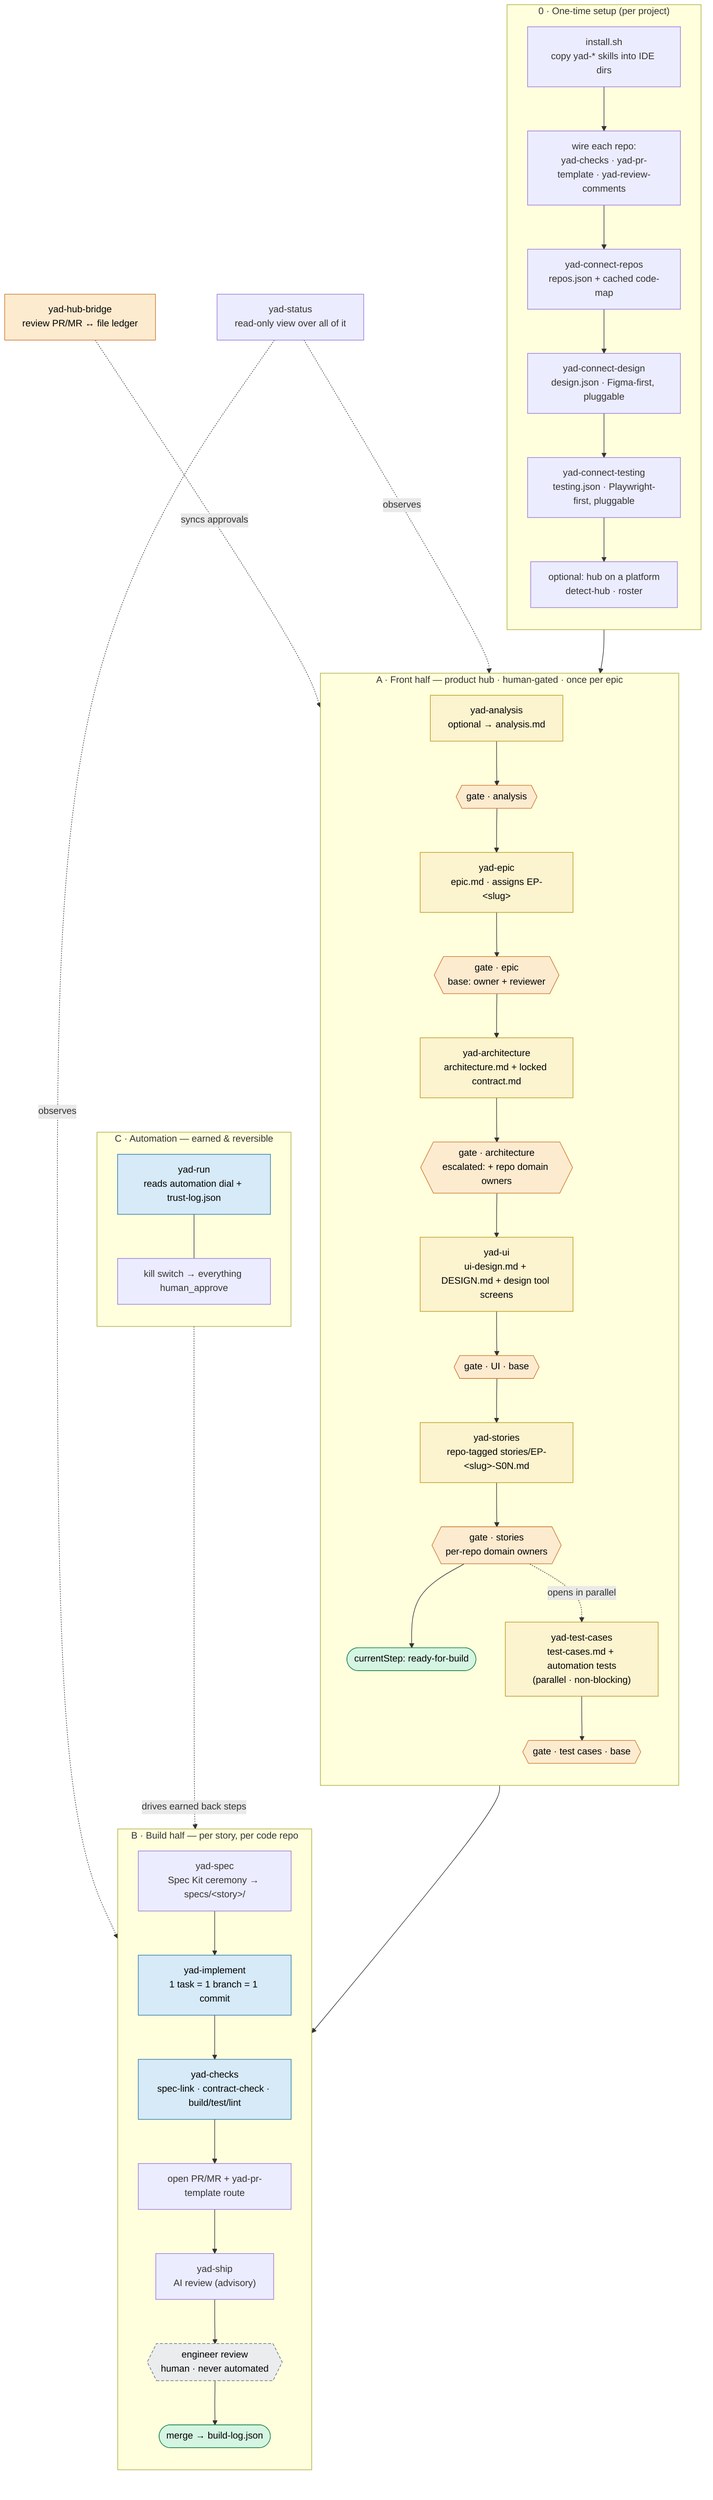
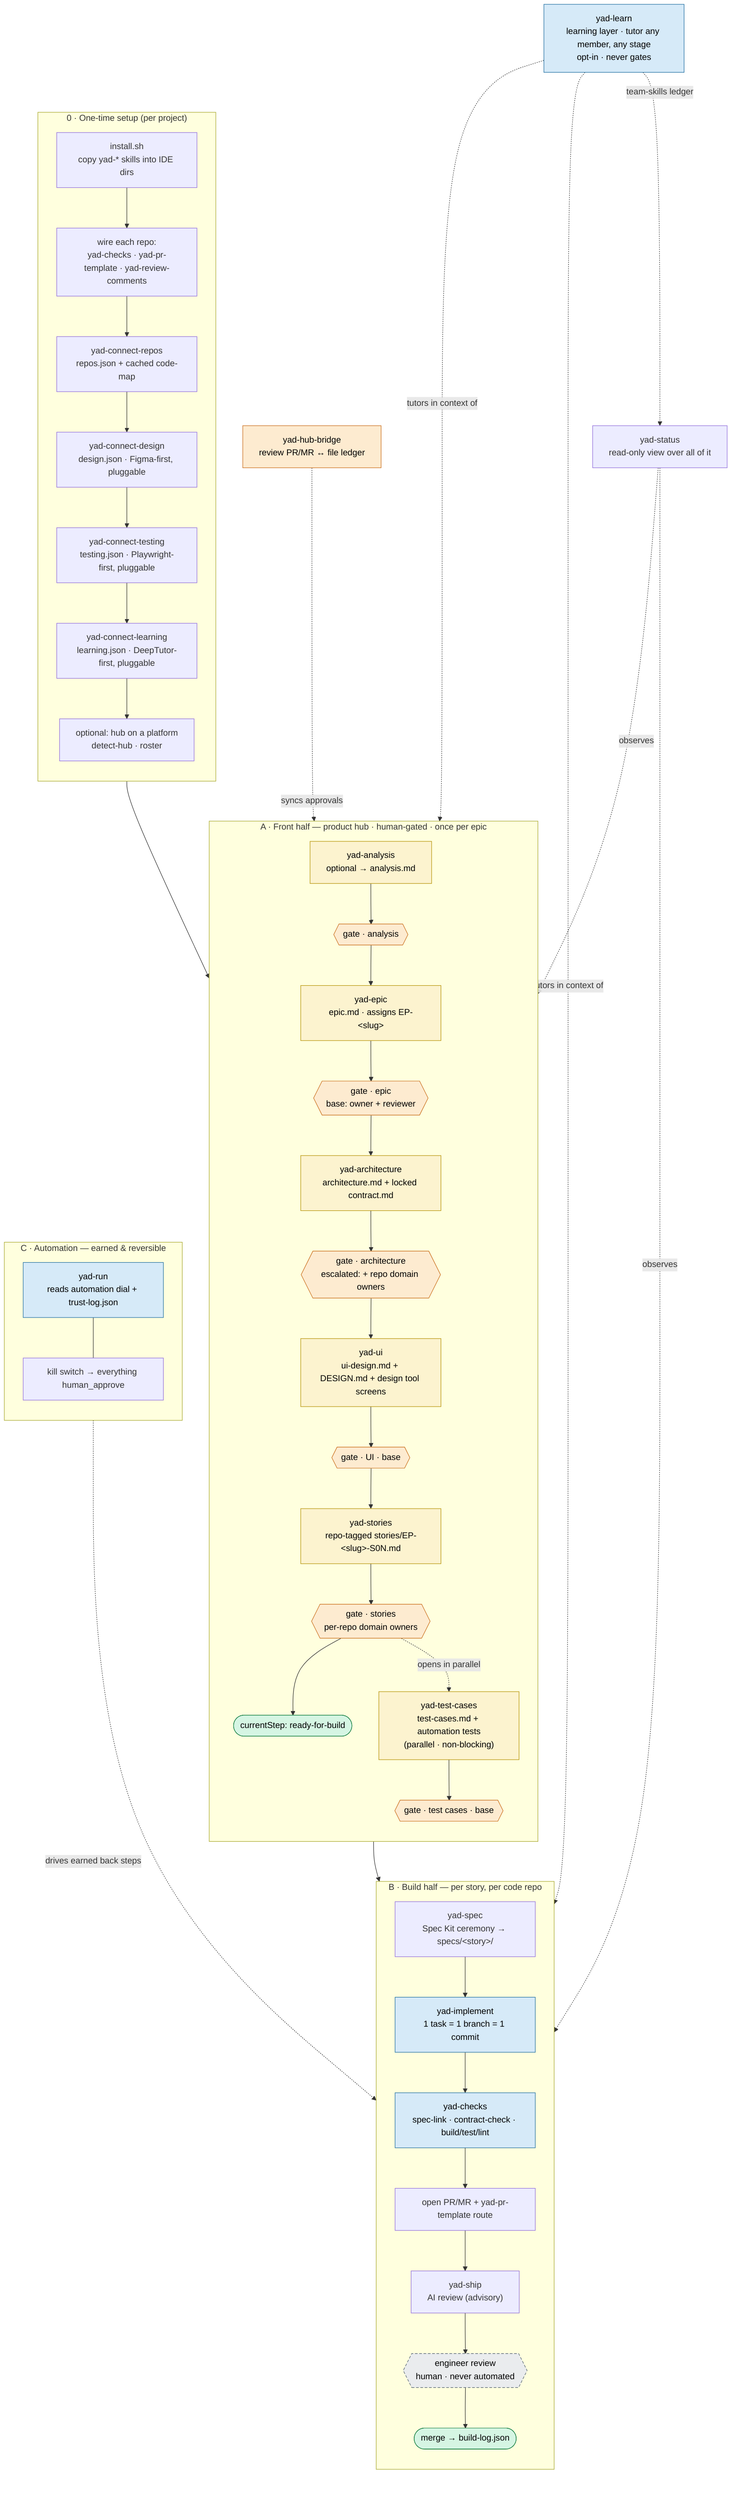
flowchart TD
    classDef gated fill:#fdebd0,stroke:#ca6f1e,color:#000
    classDef earns fill:#d6eaf8,stroke:#2471a3,color:#000
    classDef locked fill:#eaecee,stroke:#566573,color:#000,stroke-dasharray:5 3
    classDef artifact fill:#fcf3cf,stroke:#b7950b,color:#000
    classDef sentinel fill:#d5f5e3,stroke:#1e8449,color:#000

    subgraph SETUP["0 · One-time setup (per project)"]
      direction TB
      inst["install.sh<br/>copy yad-* skills into IDE dirs"]
      wire["wire each repo:<br/>yad-checks · yad-pr-template · yad-review-comments"]
      conn["yad-connect-repos<br/>repos.json + cached code-map"]
      cdes["yad-connect-design<br/>design.json · Figma-first, pluggable"]
      ctest["yad-connect-testing<br/>testing.json · Playwright-first, pluggable"]
+       clearn["yad-connect-learning<br/>learning.json · DeepTutor-first, pluggable"]
      phub["optional: hub on a platform<br/>detect-hub · roster"]
-       inst --> wire --> conn --> cdes --> ctest --> phub
+       inst --> wire --> conn --> cdes --> ctest --> clearn --> phub
    end

    subgraph FRONT["A · Front half — product hub · human-gated · once per epic"]
      direction TB
      an["yad-analysis<br/>optional → analysis.md"]:::artifact
      ep["yad-epic<br/>epic.md · assigns EP-&lt;slug&gt;"]:::artifact
      ar["yad-architecture<br/>architecture.md + locked contract.md"]:::artifact
      ui["yad-ui<br/>ui-design.md + DESIGN.md + design tool screens"]:::artifact
      st["yad-stories<br/>repo-tagged stories/EP-&lt;slug&gt;-S0N.md"]:::artifact
      tc["yad-test-cases<br/>test-cases.md + automation tests<br/>(parallel · non-blocking)"]:::artifact
      gAn{{"gate · analysis"}}:::gated
      gEp{{"gate · epic<br/>base: owner + reviewer"}}:::gated
      gAr{{"gate · architecture<br/>escalated: + repo domain owners"}}:::gated
      gUi{{"gate · UI · base"}}:::gated
      gSt{{"gate · stories<br/>per-repo domain owners"}}:::gated
      gTc{{"gate · test cases · base"}}:::gated
      rfb(["currentStep: ready-for-build"]):::sentinel
      an --> gAn --> ep --> gEp --> ar --> gAr --> ui --> gUi --> st --> gSt --> rfb
      gSt -. opens in parallel .-> tc --> gTc
    end

    subgraph BUILD["B · Build half — per story, per code repo"]
      direction TB
      sp["yad-spec<br/>Spec Kit ceremony → specs/&lt;story&gt;/"]
      im["yad-implement<br/>1 task = 1 branch = 1 commit"]:::earns
      ck["yad-checks<br/>spec-link · contract-check · build/test/lint"]:::earns
      prm["open PR/MR + yad-pr-template route"]
      shp["yad-ship<br/>AI review (advisory)"]
      eng{{"engineer review<br/>human · never automated"}}:::locked
      merged(["merge → build-log.json"]):::sentinel
      sp --> im --> ck --> prm --> shp --> eng --> merged
    end

    subgraph AUTO["C · Automation — earned & reversible"]
      direction TB
      run["yad-run<br/>reads automation dial + trust-log.json"]:::earns
      kill["kill switch → everything human_approve"]
      run --- kill
    end

    phub --> an
    rfb --> sp
    run -. drives earned back steps .-> im
    bridge["yad-hub-bridge<br/>review PR/MR ↔ file ledger"]:::gated
    bridge -. syncs approvals .-> gEp
    status["yad-status<br/>read-only view over all of it"]
    status -. observes .-> FRONT
    status -. observes .-> BUILD
+     learn["yad-learn<br/>learning layer · tutor any member, any stage<br/>opt-in · never gates"]:::earns
+     learn -. tutors in context of .-> FRONT
+     learn -. tutors in context of .-> BUILD
+     learn -. team-skills ledger .-> status
